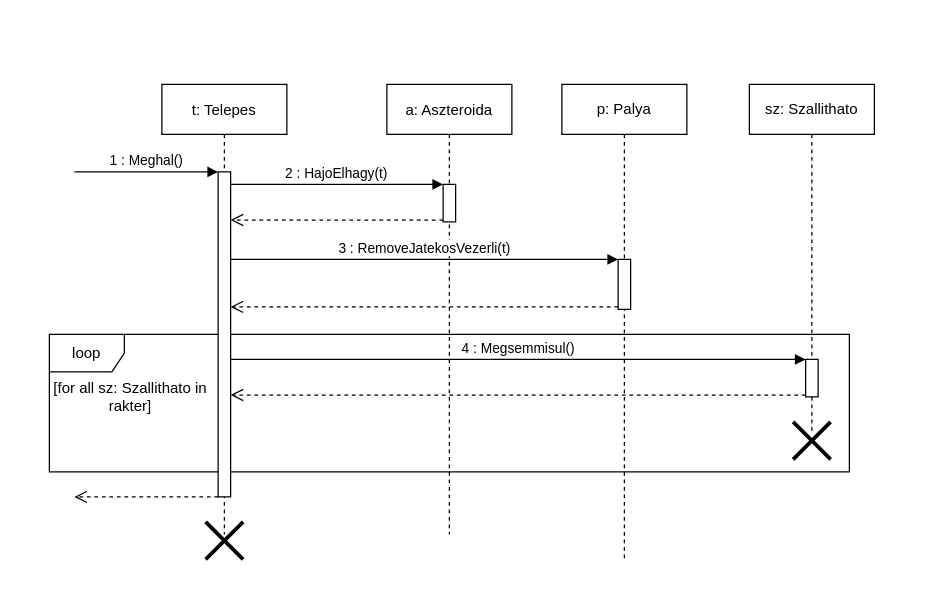
Before: doc/uml/Telepes meghal(új).drawio in torpeBoiGo/aszteroidabanyaszat, a draw.io diagram. Source tidied: cells renumbered, new cells numbered last; positions are measured from the earlier drawing's top-left corner, leaving out a move shared by most shapes. Both pictures are drawn from the tidied source at 125%, with x=0, y=0 at pixel (49, 84).
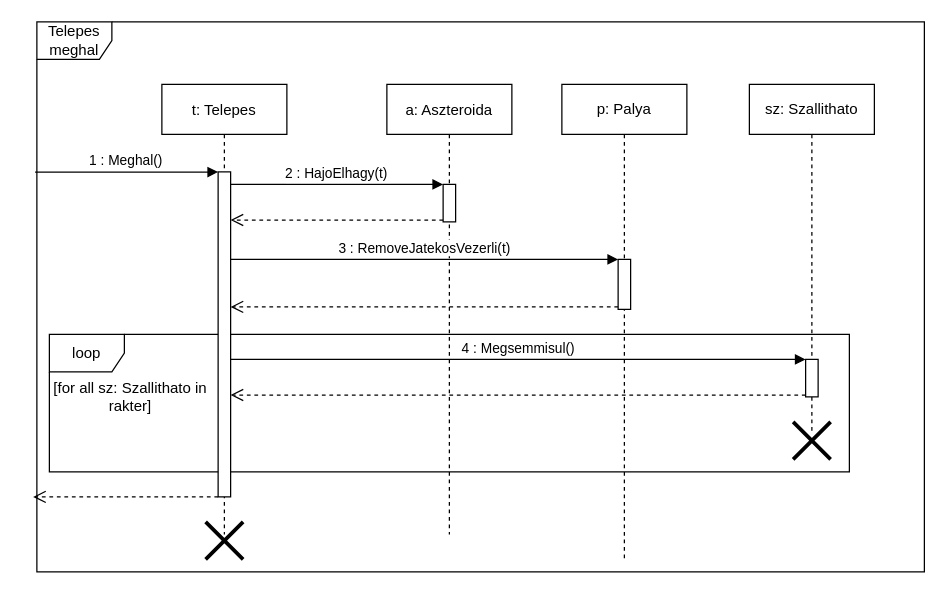
After the change.

The change refers to these unchanged cells:
```xml
<mxCell id="3" value="t: Telepes" style="shape=umlLifeline;perimeter=lifelinePerimeter;rounded=0;shadow=0;strokeWidth=1;" parent="1" vertex="1">
  <mxGeometry x="90" width="100" height="360" as="geometry" />
</mxCell>
<mxCell id="4" style="points=[];perimeter=orthogonalPerimeter;rounded=0;shadow=0;strokeWidth=1;" parent="3" vertex="1">
  <mxGeometry x="45" y="70" width="10" height="260" as="geometry" />
</mxCell>
```

The edit, as a diff of the source:
```diff
@@
+    <mxCell id="22" value="Telepes meghal" style="shape=umlFrame;whiteSpace=wrap;html=1;" parent="1" vertex="1">
+      <mxGeometry x="-10" y="-50" width="710" height="440" as="geometry" />
+    </mxCell>
@@
-    <mxCell id="5" value="1 : Meghal()" style="verticalAlign=bottom;startArrow=none;endArrow=block;startSize=8;shadow=0;strokeWidth=1;startFill=0;" parent="3" edge="1" target="4">
-      <mxGeometry relative="1" as="geometry">
-        <mxPoint x="-70" y="70" as="sourcePoint" />
-      </mxGeometry>
-    </mxCell>
@@
     <mxCell id="20" style="html=1;verticalAlign=bottom;endArrow=open;dashed=1;endSize=8;" parent="1" edge="1" source="4">
       <mxGeometry relative="1" as="geometry">
-        <mxPoint x="20" y="330" as="targetPoint" />
+        <mxPoint x="-13" y="330" as="targetPoint" />
       </mxGeometry>
     </mxCell>
@@
+    <mxCell id="5" value="1 : Meghal()" style="verticalAlign=bottom;startArrow=none;endArrow=block;startSize=8;shadow=0;strokeWidth=1;startFill=0;exitX=-0.002;exitY=0.273;exitDx=0;exitDy=0;exitPerimeter=0;" parent="1" edge="1" source="22" target="4">
+      <mxGeometry relative="1" as="geometry" />
+    </mxCell>
```
